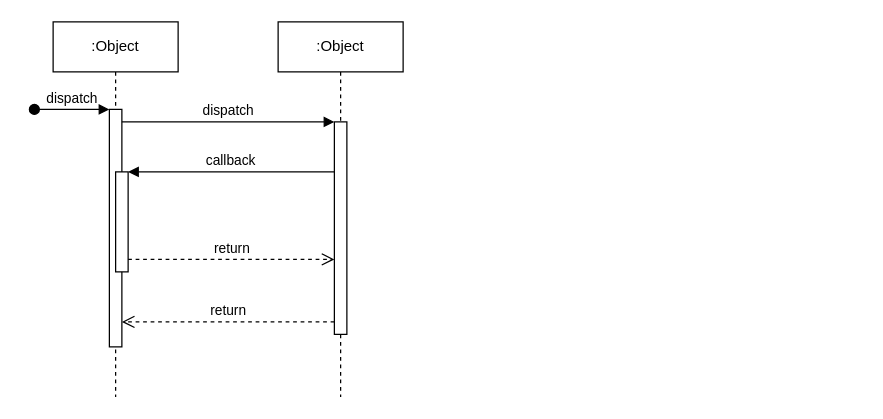
Jearvaldor95/Diagramas keeps this draw.io diagram as Diagrama sin título.drawio. Above is the earlier version. Source tidied: cells renumbered, new cells numbered last; positions are measured from the earlier drawing's top-left corner, leaving out a move shared by most shapes. Both pictures are drawn from the tidied source at 125%, with x=0, y=0 at pixel (34, 21).
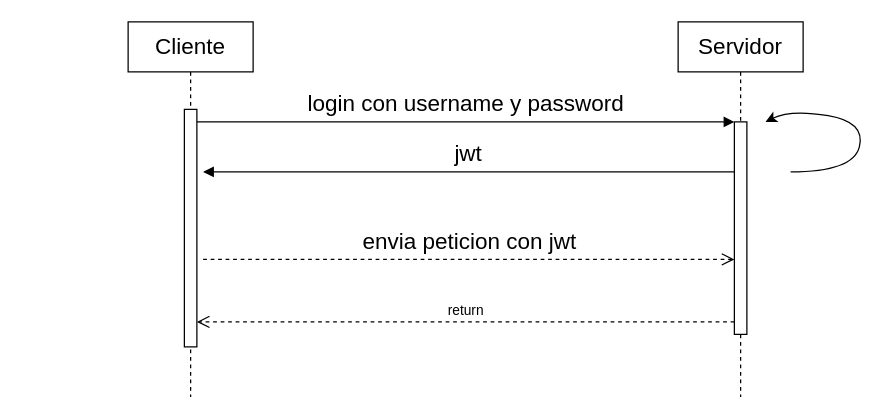
After the change.

Diff of the diagram source:
```diff
@@
 <mxGraphModel>
   <root>
     <mxCell id="0" />
     <mxCell id="1" parent="0" />
-    <mxCell id="2" value=":Object" style="shape=umlLifeline;perimeter=lifelinePerimeter;whiteSpace=wrap;html=1;newEdgeStyle={&quot;edgeStyle&quot;:&quot;elbowEdgeStyle&quot;,&quot;elbow&quot;:&quot;vertical&quot;,&quot;curved&quot;:0,&quot;rounded&quot;:0};" parent="1" vertex="1">
-      <mxGeometry x="15" width="100" height="300" as="geometry" />
+    <mxCell id="2" value="&lt;font style=&quot;font-size: 18px;&quot;&gt;Cliente&lt;/font&gt;" style="shape=umlLifeline;perimeter=lifelinePerimeter;whiteSpace=wrap;html=1;newEdgeStyle={&quot;edgeStyle&quot;:&quot;elbowEdgeStyle&quot;,&quot;elbow&quot;:&quot;vertical&quot;,&quot;curved&quot;:0,&quot;rounded&quot;:0};" parent="1" vertex="1">
+      <mxGeometry x="75" width="100" height="300" as="geometry" />
     </mxCell>
     <mxCell id="3" style="html=1;points=[];perimeter=orthogonalPerimeter;outlineConnect=0;targetShapes=umlLifeline;portConstraint=eastwest;newEdgeStyle={&quot;edgeStyle&quot;:&quot;elbowEdgeStyle&quot;,&quot;elbow&quot;:&quot;vertical&quot;,&quot;curved&quot;:0,&quot;rounded&quot;:0};" parent="2" vertex="1">
       <mxGeometry x="45" y="70" width="10" height="190" as="geometry" />
     </mxCell>
-    <mxCell id="4" value="dispatch" style="html=1;verticalAlign=bottom;startArrow=oval;endArrow=block;startSize=8;edgeStyle=elbowEdgeStyle;elbow=vertical;curved=0;rounded=0;" parent="2" edge="1" target="3">
-      <mxGeometry relative="1" as="geometry">
-        <mxPoint x="-15" y="70" as="sourcePoint" />
-      </mxGeometry>
-    </mxCell>
-    <mxCell id="5" style="html=1;points=[];perimeter=orthogonalPerimeter;outlineConnect=0;targetShapes=umlLifeline;portConstraint=eastwest;newEdgeStyle={&quot;edgeStyle&quot;:&quot;elbowEdgeStyle&quot;,&quot;elbow&quot;:&quot;vertical&quot;,&quot;curved&quot;:0,&quot;rounded&quot;:0};" parent="2" vertex="1">
-      <mxGeometry x="50" y="120" width="10" height="80" as="geometry" />
-    </mxCell>
-    <mxCell id="6" value=":Object" style="shape=umlLifeline;perimeter=lifelinePerimeter;whiteSpace=wrap;html=1;newEdgeStyle={&quot;edgeStyle&quot;:&quot;elbowEdgeStyle&quot;,&quot;elbow&quot;:&quot;vertical&quot;,&quot;curved&quot;:0,&quot;rounded&quot;:0};" parent="1" vertex="1">
-      <mxGeometry x="195" width="100" height="300" as="geometry" />
+    <mxCell id="6" value="&lt;font style=&quot;font-size: 18px;&quot;&gt;Servidor&lt;/font&gt;" style="shape=umlLifeline;perimeter=lifelinePerimeter;whiteSpace=wrap;html=1;newEdgeStyle={&quot;edgeStyle&quot;:&quot;elbowEdgeStyle&quot;,&quot;elbow&quot;:&quot;vertical&quot;,&quot;curved&quot;:0,&quot;rounded&quot;:0};" parent="1" vertex="1">
+      <mxGeometry x="515" width="100" height="300" as="geometry" />
     </mxCell>
     <mxCell id="7" style="html=1;points=[];perimeter=orthogonalPerimeter;outlineConnect=0;targetShapes=umlLifeline;portConstraint=eastwest;newEdgeStyle={&quot;edgeStyle&quot;:&quot;elbowEdgeStyle&quot;,&quot;elbow&quot;:&quot;vertical&quot;,&quot;curved&quot;:0,&quot;rounded&quot;:0};" parent="6" vertex="1">
       <mxGeometry x="45" y="80" width="10" height="170" as="geometry" />
     </mxCell>
-    <mxCell id="8" value="dispatch" style="html=1;verticalAlign=bottom;endArrow=block;edgeStyle=elbowEdgeStyle;elbow=vertical;curved=0;rounded=0;" parent="1" edge="1" source="3" target="7">
+    <mxCell id="8" value="&lt;font style=&quot;font-size: 18px;&quot;&gt;login con username y password&lt;/font&gt;" style="html=1;verticalAlign=bottom;endArrow=block;edgeStyle=elbowEdgeStyle;elbow=vertical;curved=0;rounded=0;" parent="1" edge="1" source="3" target="7">
       <mxGeometry relative="1" as="geometry">
         <Array as="points">
           <mxPoint x="155" y="80" />
         </Array>
       </mxGeometry>
     </mxCell>
     <mxCell id="9" value="return" style="html=1;verticalAlign=bottom;endArrow=open;dashed=1;endSize=8;edgeStyle=elbowEdgeStyle;elbow=vertical;curved=0;rounded=0;" parent="1" edge="1" source="7" target="3">
       <mxGeometry relative="1" as="geometry">
         <Array as="points">
           <mxPoint x="165" y="240" />
         </Array>
       </mxGeometry>
     </mxCell>
-    <mxCell id="10" value="callback" style="html=1;verticalAlign=bottom;endArrow=block;edgeStyle=elbowEdgeStyle;elbow=vertical;curved=0;rounded=0;" parent="1" edge="1" source="7" target="5">
+    <mxCell id="10" value="&lt;font style=&quot;font-size: 18px;&quot;&gt;jwt&lt;/font&gt;" style="html=1;verticalAlign=bottom;endArrow=block;edgeStyle=elbowEdgeStyle;elbow=vertical;curved=0;rounded=0;" parent="1" edge="1" source="7">
       <mxGeometry relative="1" as="geometry">
+        <mxPoint x="135" y="120" as="targetPoint" />
         <Array as="points">
           <mxPoint x="165" y="120" />
         </Array>
       </mxGeometry>
     </mxCell>
-    <mxCell id="11" value="return" style="html=1;verticalAlign=bottom;endArrow=open;dashed=1;endSize=8;edgeStyle=elbowEdgeStyle;elbow=vertical;curved=0;rounded=0;" parent="1" edge="1" source="5" target="7">
+    <mxCell id="11" value="&lt;font style=&quot;font-size: 18px;&quot;&gt;envia peticion con jwt&lt;/font&gt;" style="html=1;verticalAlign=bottom;endArrow=open;dashed=1;endSize=8;edgeStyle=elbowEdgeStyle;elbow=vertical;curved=0;rounded=0;" parent="1" edge="1" target="7">
       <mxGeometry relative="1" as="geometry">
+        <mxPoint x="135" y="190" as="sourcePoint" />
         <Array as="points">
           <mxPoint x="155" y="190" />
         </Array>
       </mxGeometry>
     </mxCell>
+    <mxCell id="12" style="curved=1;endArrow=classic;html=1;rounded=0;" parent="1" edge="1">
+      <mxGeometry relative="1" as="geometry">
+        <mxPoint x="605" y="120" as="sourcePoint" />
+        <mxPoint x="585" y="80" as="targetPoint" />
+        <Array as="points">
+          <mxPoint x="655" y="120" />
+          <mxPoint x="665" y="80" />
+          <mxPoint x="605" y="70" />
+        </Array>
+      </mxGeometry>
+    </mxCell>
   </root>
 </mxGraphModel>
```
